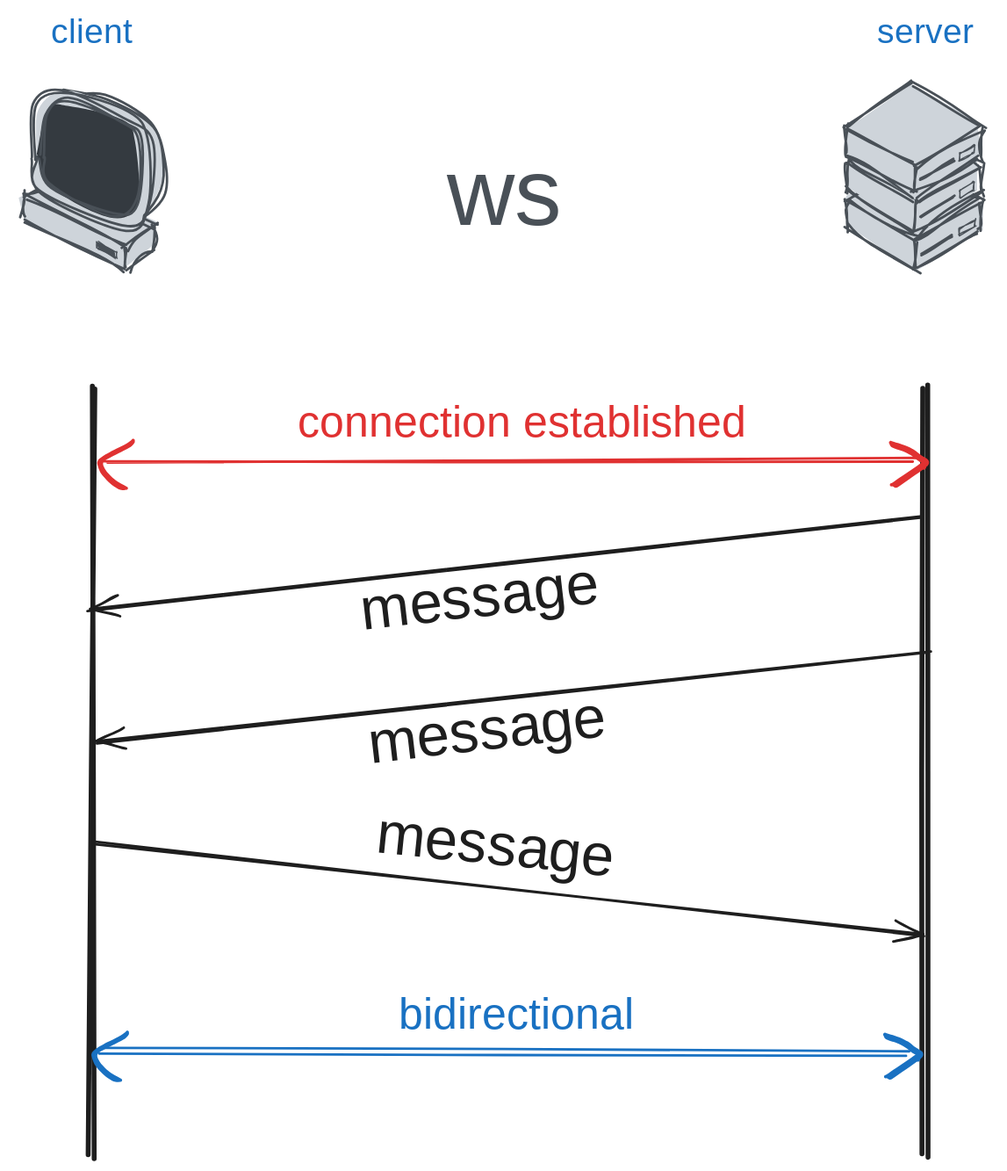
Above: notebooks/media/timeline-ws.excalidraw.svg in ue22-p25/backend (Excalidraw), before the change. Source tidied: one line per element, renumbered; positions are measured from the earlier drawing's top-left corner, leaving out a move shared by most shapes.
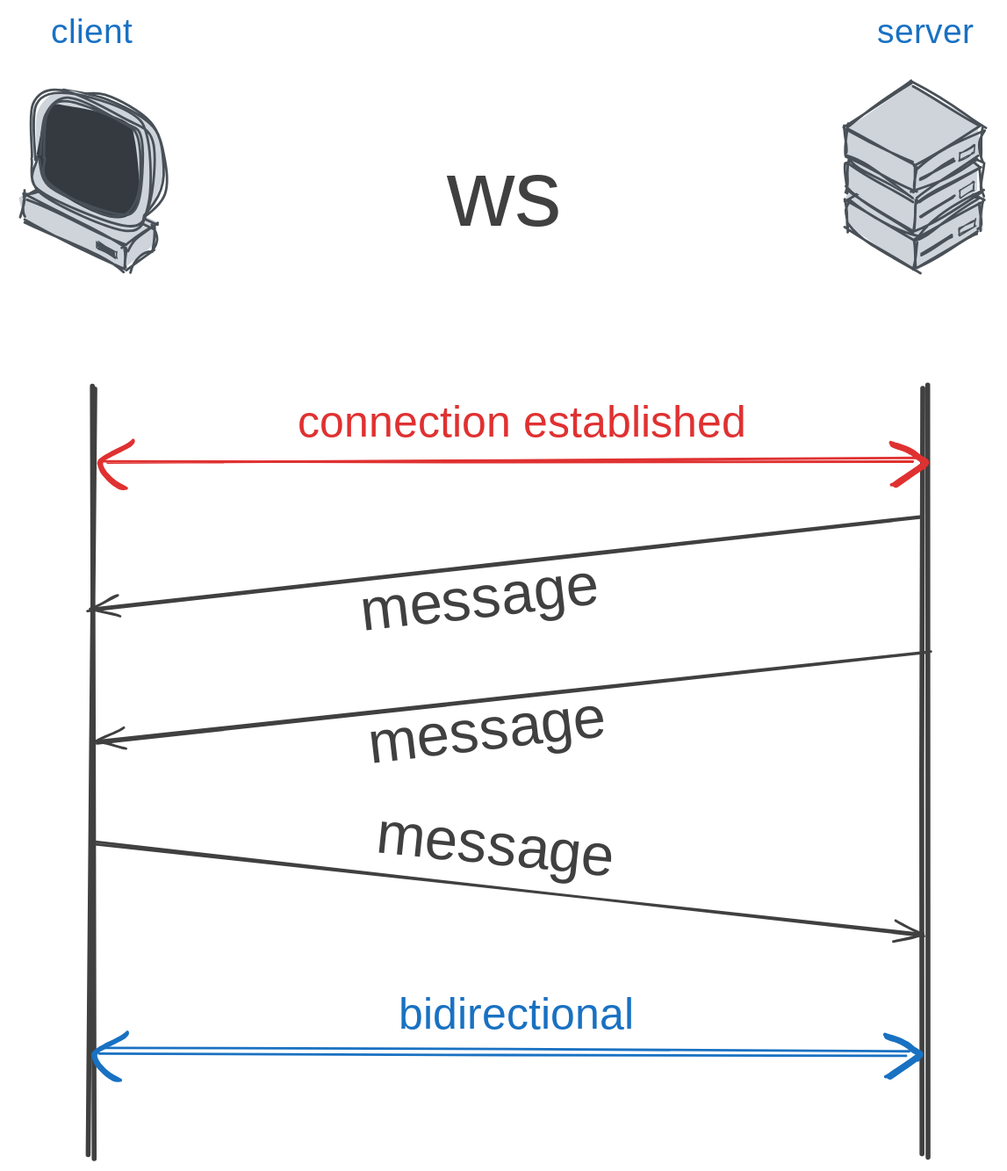
The same diagram one commit later.

The edit, as a diff of the source:
```diff
@@ -1,4 +1,4 @@
-{"id": 0, "type": "line", "strokeColor": "#1e1e1e", "backgroundColor": "#e3fafc", "fillStyle": "cross-hatch", "strokeWidth": 4, "roughness": 2, "round": true, "x": 65, "y": 306, "width": 0, "height": 624, "points": [[0, 0], [0, 624]]}
+{"id": 0, "type": "line", "strokeColor": "#404040", "backgroundColor": "#e3fafc", "fillStyle": "cross-hatch", "strokeWidth": 4, "roughness": 2, "round": true, "x": 65, "y": 306, "width": 0, "height": 624, "points": [[0, 0], [0, 624]]}
 {"id": 1, "type": "ellipse", "strokeColor": "transparent", "strokeWidth": 1, "roughness": 2, "x": 0, "y": 56, "width": 129, "height": 156}
 {"id": 2, "type": "line", "strokeColor": "#495057", "backgroundColor": "#ced4da", "fillStyle": "solid", "strokeWidth": 2, "roughness": 2, "x": 9, "y": 149, "width": 108, "height": 74, "points": [[0, 0], [0, 19], [83, 61], [107, 44], [108, 25], [28, -13], [0, 0]]}
 {"id": 3, "type": "line", "strokeColor": "#495057", "backgroundColor": "#ced4da", "fillStyle": "solid", "strokeWidth": 2, "roughness": 2, "x": 11, "y": 149, "width": 104, "height": 42, "points": [[0, 0], [80, 42], [104, 24]]}
@@ -24,22 +24,22 @@
 {"id": 23, "type": "line", "strokeColor": "#495057", "backgroundColor": "#ced4da", "fillStyle": "solid", "strokeWidth": 2, "roughness": 2, "x": 739, "y": 136, "width": 27, "height": 15, "points": [[0, 0], [27, -15]]}
 {"id": 24, "type": "line", "strokeColor": "#495057", "backgroundColor": "#ced4da", "fillStyle": "solid", "strokeWidth": 1, "roughness": 2, "x": 771, "y": 115, "width": 12, "height": 13, "points": [[0, 0], [0, 6], [12, 0], [12, -7], [0, 0]]}
 {"id": 25, "type": "text", "text": "client", "strokeColor": "#1971c2", "backgroundColor": "#e3fafc", "fillStyle": "cross-hatch", "strokeWidth": 4, "roughness": 2, "fontSize": 28, "fontFamily": 5, "textAlign": "center", "x": 8, "y": 0, "width": 113, "height": 35}
-{"id": 26, "type": "line", "strokeColor": "#1e1e1e", "backgroundColor": "#e3fafc", "fillStyle": "cross-hatch", "strokeWidth": 4, "roughness": 2, "round": true, "x": 743, "y": 306, "width": 0, "height": 624, "points": [[0, 0], [0, 624]]}
+{"id": 26, "type": "line", "strokeColor": "#404040", "backgroundColor": "#e3fafc", "fillStyle": "cross-hatch", "strokeWidth": 4, "roughness": 2, "round": true, "x": 743, "y": 306, "width": 0, "height": 624, "points": [[0, 0], [0, 624]]}
 {"id": 27, "type": "text", "text": "server", "strokeColor": "#1971c2", "backgroundColor": "#e3fafc", "fillStyle": "cross-hatch", "strokeWidth": 4, "roughness": 2, "fontSize": 28, "fontFamily": 5, "textAlign": "center", "x": 687, "y": 0, "width": 113, "height": 35}
 {"id": 28, "type": "line", "strokeColor": "#e03131", "backgroundColor": "#e3fafc", "fillStyle": "cross-hatch", "strokeWidth": 2, "roughness": 2, "round": true, "x": 76, "y": 364, "width": 660, "height": 0, "points": [[0, 0], [660, 0]]}
 {"id": 29, "type": "text", "text": "connection established", "strokeColor": "#e03131", "backgroundColor": "#e3fafc", "fillStyle": "cross-hatch", "strokeWidth": 2, "roughness": 2, "fontSize": 36, "fontFamily": 5, "textAlign": "center", "x": 182, "y": 313, "width": 466, "height": 45}
 {"id": 30, "type": "freedraw", "strokeColor": "#e03131", "backgroundColor": "#e3fafc", "fillStyle": "cross-hatch", "strokeWidth": 1, "roughness": 2, "x": 98, "y": 348, "width": 27, "height": 39, "points": [[0, 0], [-1, 1], [-1, 1], [-1, 1], [-1, 1], [-1, 1], [-1, 2], [-1, 2], [-1, 2], [-3, 4], [-5, 5], [-11, 8], [-16, 10], [-20, 12], [-23, 14], [-25, 15], [-27, 17], [-27, 17], [-27, 18], [-27, 18], [-27, 18], [-27, 18], [-27, 19], [-27, 20], [-26, 21], [-26, 22], [-25, 24], [-24, 26], [-22, 28], [-20, 31], [-16, 34], [-14, 36], [-11, 38], [-9, 38], [-7, 39], [-6, 39], [-5, 39], [-5, 39], [-5, 39]]}
 {"id": 31, "type": "freedraw", "strokeColor": "#e03131", "backgroundColor": "#e3fafc", "fillStyle": "cross-hatch", "strokeWidth": 1, "roughness": 2, "x": 715, "y": 350, "width": 30, "height": 37, "points": [[0, 0], [-1, 0], [-1, 0], [-1, 0], [1, 2], [2, 2], [4, 3], [14, 6], [15, 6], [19, 9], [20, 9], [21, 11], [23, 12], [23, 12], [25, 14], [26, 14], [27, 14], [28, 15], [29, 16], [29, 16], [29, 16], [29, 16], [29, 16], [29, 16], [29, 17], [28, 18], [23, 21], [18, 24], [12, 29], [7, 32], [3, 35], [0, 37], [0, 37], [0, 36], [1, 34], [1, 34]]}
 {"id": 32, "type": "freedraw", "strokeColor": "#e03131", "backgroundColor": "#e3fafc", "fillStyle": "cross-hatch", "strokeWidth": 1, "roughness": 2, "x": 742, "y": 370, "width": 0, "height": 0, "points": [[0, 0], [0, 0], [0, 0]]}
-{"id": 33, "type": "arrow", "strokeColor": "#1e1e1e", "backgroundColor": "#e3fafc", "fillStyle": "cross-hatch", "strokeWidth": 2, "roughness": 1, "endArrowhead": "arrow", "round": true, "x": 746, "y": 520, "width": 678, "height": 74, "points": [[0, 0], [-678, 74]]}
+{"id": 33, "type": "arrow", "strokeColor": "#404040", "backgroundColor": "#e3fafc", "fillStyle": "cross-hatch", "strokeWidth": 2, "roughness": 1, "endArrowhead": "arrow", "round": true, "x": 746, "y": 520, "width": 678, "height": 74, "points": [[0, 0], [-678, 74]]}
-{"id": 34, "type": "text", "text": "message", "strokeColor": "#1e1e1e", "angle": 6.17, "backgroundColor": "#e3fafc", "fillStyle": "cross-hatch", "strokeWidth": 1, "roughness": 2, "fontSize": 47.93, "fontFamily": 5, "textAlign": "center", "x": 281, "y": 557, "width": 211, "height": 60}
+{"id": 34, "type": "text", "text": "message", "strokeColor": "#404040", "angle": 6.17, "backgroundColor": "#e3fafc", "fillStyle": "cross-hatch", "strokeWidth": 1, "roughness": 2, "fontSize": 47.93, "fontFamily": 5, "textAlign": "center", "x": 281, "y": 557, "width": 211, "height": 60}
-{"id": 35, "type": "arrow", "strokeColor": "#1e1e1e", "backgroundColor": "#e3fafc", "fillStyle": "cross-hatch", "strokeWidth": 2, "roughness": 1, "endArrowhead": "arrow", "round": true, "x": 65, "y": 675, "width": 676, "height": 75, "points": [[0, 0], [676, 75]]}
+{"id": 35, "type": "arrow", "strokeColor": "#404040", "backgroundColor": "#e3fafc", "fillStyle": "cross-hatch", "strokeWidth": 2, "roughness": 1, "endArrowhead": "arrow", "round": true, "x": 65, "y": 675, "width": 676, "height": 75, "points": [[0, 0], [676, 75]]}
-{"id": 36, "type": "text", "text": "message", "strokeColor": "#1e1e1e", "angle": 0.1, "backgroundColor": "#e3fafc", "fillStyle": "cross-hatch", "strokeWidth": 1, "roughness": 2, "fontSize": 47.93, "fontFamily": 5, "textAlign": "center", "x": 287, "y": 651, "width": 211, "height": 60}
+{"id": 36, "type": "text", "text": "message", "strokeColor": "#404040", "angle": 0.1, "backgroundColor": "#e3fafc", "fillStyle": "cross-hatch", "strokeWidth": 1, "roughness": 2, "fontSize": 47.93, "fontFamily": 5, "textAlign": "center", "x": 287, "y": 651, "width": 211, "height": 60}
-{"id": 37, "type": "text", "text": "ws", "strokeColor": "#495057", "backgroundColor": "#e3fafc", "fillStyle": "cross-hatch", "strokeWidth": 2, "roughness": 1, "fontSize": 76.16, "fontFamily": 5, "textAlign": "center", "x": 251, "y": 106, "width": 298, "height": 95}
+{"id": 37, "type": "text", "text": "ws", "strokeColor": "#404040", "backgroundColor": "#e3fafc", "fillStyle": "cross-hatch", "strokeWidth": 2, "roughness": 1, "fontSize": 76.16, "fontFamily": 5, "textAlign": "center", "x": 251, "y": 107, "width": 298, "height": 95}
 {"id": 38, "type": "line", "strokeColor": "#1971c2", "backgroundColor": "#e3fafc", "fillStyle": "cross-hatch", "strokeWidth": 2, "roughness": 2, "round": true, "x": 71, "y": 845, "width": 660, "height": 0, "points": [[0, 0], [660, 0]]}
 {"id": 39, "type": "text", "text": "bidirectional", "strokeColor": "#1971c2", "backgroundColor": "#e3fafc", "fillStyle": "cross-hatch", "strokeWidth": 2, "roughness": 2, "fontSize": 36, "fontFamily": 5, "textAlign": "center", "x": 177, "y": 795, "width": 466, "height": 45}
 {"id": 40, "type": "freedraw", "strokeColor": "#1971c2", "backgroundColor": "#e3fafc", "fillStyle": "cross-hatch", "strokeWidth": 1, "roughness": 2, "x": 94, "y": 830, "width": 27, "height": 39, "points": [[0, 0], [-1, 1], [-1, 1], [-1, 1], [-1, 1], [-1, 1], [-1, 2], [-1, 2], [-1, 2], [-3, 4], [-5, 5], [-11, 8], [-16, 10], [-20, 12], [-23, 14], [-25, 15], [-27, 17], [-27, 17], [-27, 18], [-27, 18], [-27, 18], [-27, 18], [-27, 19], [-27, 20], [-26, 21], [-26, 22], [-25, 24], [-24, 26], [-22, 28], [-20, 31], [-16, 34], [-14, 36], [-11, 38], [-9, 38], [-7, 39], [-6, 39], [-5, 39], [-5, 39], [-5, 39]]}
 {"id": 41, "type": "freedraw", "strokeColor": "#1971c2", "backgroundColor": "#e3fafc", "fillStyle": "cross-hatch", "strokeWidth": 1, "roughness": 2, "x": 710, "y": 831, "width": 30, "height": 37, "points": [[0, 0], [-1, 0], [-1, 0], [-1, 0], [1, 2], [2, 2], [4, 3], [14, 6], [15, 6], [19, 9], [20, 9], [21, 11], [23, 12], [23, 12], [25, 14], [26, 14], [27, 14], [28, 15], [29, 16], [29, 16], [29, 16], [29, 16], [29, 16], [29, 16], [29, 17], [28, 18], [23, 21], [18, 24], [12, 29], [7, 32], [3, 35], [0, 37], [0, 37], [0, 36], [1, 34], [1, 34]]}
 {"id": 42, "type": "freedraw", "strokeColor": "#1971c2", "backgroundColor": "#e3fafc", "fillStyle": "cross-hatch", "strokeWidth": 1, "roughness": 2, "x": 737, "y": 851, "width": 0, "height": 0, "points": [[0, 0], [0, 0], [0, 0]]}
-{"id": 43, "type": "arrow", "strokeColor": "#1e1e1e", "backgroundColor": "#e3fafc", "fillStyle": "cross-hatch", "strokeWidth": 2, "roughness": 1, "endArrowhead": "arrow", "round": true, "x": 740, "y": 412, "width": 678, "height": 74, "points": [[0, 0], [-678, 74]]}
+{"id": 43, "type": "arrow", "strokeColor": "#404040", "backgroundColor": "#e3fafc", "fillStyle": "cross-hatch", "strokeWidth": 2, "roughness": 1, "endArrowhead": "arrow", "round": true, "x": 740, "y": 412, "width": 678, "height": 74, "points": [[0, 0], [-678, 74]]}
-{"id": 44, "type": "text", "text": "message", "strokeColor": "#1e1e1e", "angle": 6.17, "backgroundColor": "#e3fafc", "fillStyle": "cross-hatch", "strokeWidth": 1, "roughness": 2, "fontSize": 47.93, "fontFamily": 5, "textAlign": "center", "x": 274, "y": 449, "width": 211, "height": 60}
+{"id": 44, "type": "text", "text": "message", "strokeColor": "#404040", "angle": 6.17, "backgroundColor": "#e3fafc", "fillStyle": "cross-hatch", "strokeWidth": 1, "roughness": 2, "fontSize": 47.93, "fontFamily": 5, "textAlign": "center", "x": 274, "y": 450, "width": 211, "height": 60}
```
